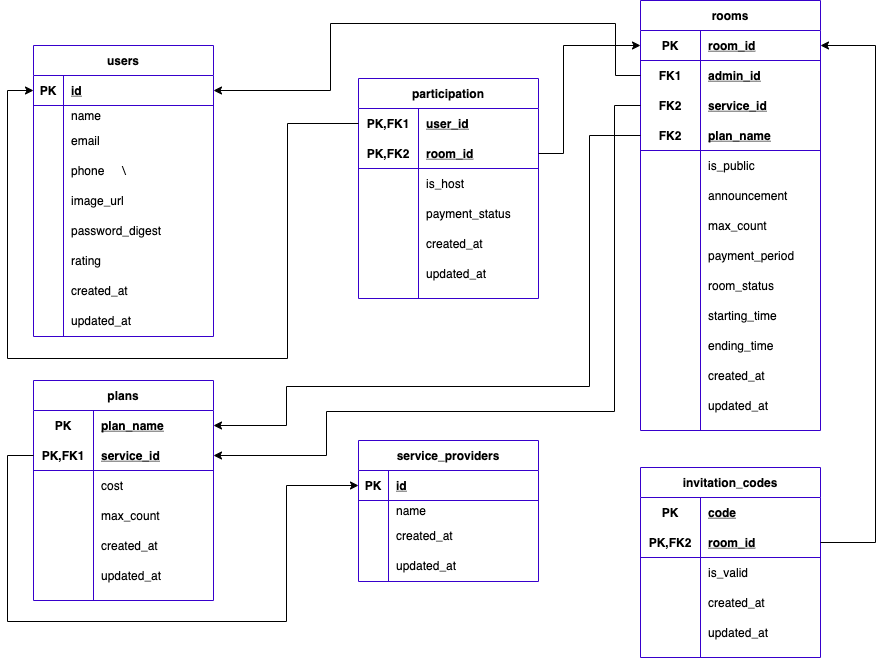
Earlier version of the draw.io export db/schema/table.png (billsgates/salamander). Source tidied: cells renumbered, new cells last; positions are measured from the earlier drawing's top-left corner, leaving out a move shared by most shapes.
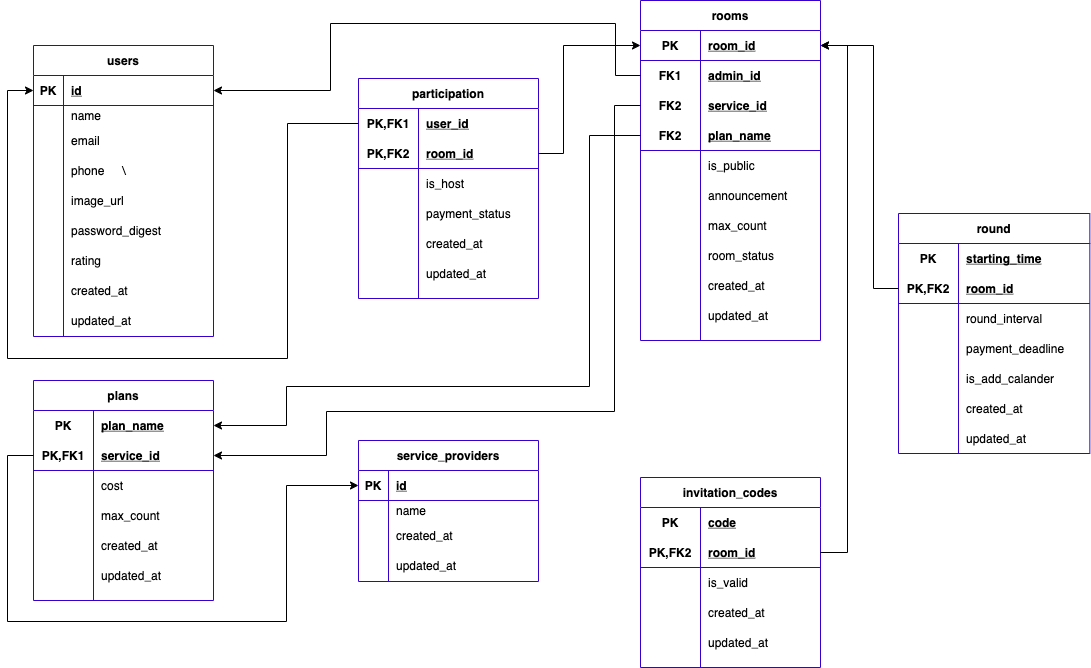
Later version of the same file.

Change to the diagram source:
```diff
@@ -183,7 +183,7 @@
       <mxGeometry x="60" width="120" height="30" as="geometry" />
     </mxCell>
     <mxCell id="62" value="rooms" style="shape=table;startSize=30;rowLines=0;fontStyle=1;align=center;shadow=0;labelBackgroundColor=none;strokeColor=#3700CC;fontColor=#000000;fillColor=#FFFFFF;swimlaneFillColor=#ffffff;" parent="1" vertex="1">
-      <mxGeometry x="633" width="180" height="430" as="geometry" />
+      <mxGeometry x="633" width="180" height="340" as="geometry" />
     </mxCell>
     <mxCell id="63" style="shape=partialRectangle;fillColor=none;top=0;left=0;bottom=1;right=0;points=[[0,0.5],[1,0.5]];portConstraint=eastwest;strokeColor=#3700CC;" parent="62" vertex="1">
       <mxGeometry y="30" width="180" height="30" as="geometry" />
@@ -248,17 +248,8 @@
     <mxCell id="83" value="max_count" style="shape=partialRectangle;fillColor=none;top=0;left=0;bottom=0;right=0;align=left;spacingLeft=6;overflow=hidden;fontColor=#000000;" parent="81" vertex="1">
       <mxGeometry x="60" width="120" height="30" as="geometry" />
     </mxCell>
-    <mxCell id="84" style="shape=partialRectangle;fillColor=none;top=0;left=0;bottom=0;right=0;" parent="62" vertex="1">
-      <mxGeometry y="240" width="180" height="30" as="geometry" />
-    </mxCell>
-    <mxCell id="85" style="shape=partialRectangle;fillColor=none;top=0;left=0;bottom=0;right=0;overflow=hidden;fontColor=#000000;" parent="84" vertex="1">
-      <mxGeometry width="60" height="30" as="geometry" />
-    </mxCell>
-    <mxCell id="86" value="payment_period" style="shape=partialRectangle;fillColor=none;top=0;left=0;bottom=0;right=0;align=left;spacingLeft=6;overflow=hidden;fontColor=#000000;" parent="84" vertex="1">
-      <mxGeometry x="60" width="120" height="30" as="geometry" />
-    </mxCell>
     <mxCell id="87" style="shape=partialRectangle;fillColor=none;top=0;left=0;bottom=0;right=0;" parent="62" vertex="1">
-      <mxGeometry y="270" width="180" height="30" as="geometry" />
+      <mxGeometry y="240" width="180" height="30" as="geometry" />
     </mxCell>
     <mxCell id="88" style="shape=partialRectangle;fillColor=none;top=0;left=0;bottom=0;right=0;overflow=hidden;fontColor=#000000;" parent="87" vertex="1">
       <mxGeometry width="60" height="30" as="geometry" />
@@ -266,26 +257,8 @@
     <mxCell id="89" value="room_status" style="shape=partialRectangle;fillColor=none;top=0;left=0;bottom=0;right=0;align=left;spacingLeft=6;overflow=hidden;fontColor=#000000;" parent="87" vertex="1">
       <mxGeometry x="60" width="120" height="30" as="geometry" />
     </mxCell>
-    <mxCell id="90" style="shape=partialRectangle;fillColor=none;top=0;left=0;bottom=0;right=0;" parent="62" vertex="1">
-      <mxGeometry y="300" width="180" height="30" as="geometry" />
-    </mxCell>
-    <mxCell id="91" style="shape=partialRectangle;fillColor=none;top=0;left=0;bottom=0;right=0;overflow=hidden;fontColor=#000000;" parent="90" vertex="1">
-      <mxGeometry width="60" height="30" as="geometry" />
-    </mxCell>
-    <mxCell id="92" value="starting_time" style="shape=partialRectangle;fillColor=none;top=0;left=0;bottom=0;right=0;align=left;spacingLeft=6;overflow=hidden;fontColor=#000000;" parent="90" vertex="1">
-      <mxGeometry x="60" width="120" height="30" as="geometry" />
-    </mxCell>
-    <mxCell id="93" style="shape=partialRectangle;fillColor=none;top=0;left=0;bottom=0;right=0;" parent="62" vertex="1">
-      <mxGeometry y="330" width="180" height="30" as="geometry" />
-    </mxCell>
-    <mxCell id="94" style="shape=partialRectangle;fillColor=none;top=0;left=0;bottom=0;right=0;overflow=hidden;fontColor=#000000;" parent="93" vertex="1">
-      <mxGeometry width="60" height="30" as="geometry" />
-    </mxCell>
-    <mxCell id="95" value="ending_time" style="shape=partialRectangle;fillColor=none;top=0;left=0;bottom=0;right=0;align=left;spacingLeft=6;overflow=hidden;fontColor=#000000;" parent="93" vertex="1">
-      <mxGeometry x="60" width="120" height="30" as="geometry" />
-    </mxCell>
     <mxCell id="96" style="shape=partialRectangle;fillColor=none;top=0;left=0;bottom=0;right=0;" parent="62" vertex="1">
-      <mxGeometry y="360" width="180" height="30" as="geometry" />
+      <mxGeometry y="270" width="180" height="30" as="geometry" />
     </mxCell>
     <mxCell id="97" style="shape=partialRectangle;fillColor=none;top=0;left=0;bottom=0;right=0;overflow=hidden;fontColor=#000000;" parent="96" vertex="1">
       <mxGeometry width="60" height="30" as="geometry" />
@@ -294,7 +267,7 @@
       <mxGeometry x="60" width="120" height="30" as="geometry" />
     </mxCell>
     <mxCell id="99" style="shape=partialRectangle;fillColor=none;top=0;left=0;bottom=0;right=0;" parent="62" vertex="1">
-      <mxGeometry y="390" width="180" height="30" as="geometry" />
+      <mxGeometry y="300" width="180" height="30" as="geometry" />
     </mxCell>
     <mxCell id="100" style="shape=partialRectangle;fillColor=none;top=0;left=0;bottom=0;right=0;overflow=hidden;fontColor=#000000;" parent="99" vertex="1">
       <mxGeometry width="60" height="30" as="geometry" />
@@ -418,7 +391,7 @@
       </mxGeometry>
     </mxCell>
     <mxCell id="127" value="invitation_codes" style="shape=table;startSize=30;rowLines=0;fontStyle=1;align=center;shadow=0;labelBackgroundColor=none;strokeColor=#3700CC;fontColor=#000000;fillColor=#FFFFFF;swimlaneFillColor=#ffffff;" parent="1" vertex="1">
-      <mxGeometry x="633" y="467" width="180" height="190" as="geometry" />
+      <mxGeometry x="633" y="477" width="180" height="190" as="geometry" />
     </mxCell>
     <mxCell id="128" style="shape=partialRectangle;fillColor=none;top=0;left=0;bottom=0;right=0;strokeColor=#3700CC;" parent="127" vertex="1">
       <mxGeometry y="30" width="180" height="30" as="geometry" />
@@ -465,11 +438,11 @@
     <mxCell id="142" value="updated_at" style="shape=partialRectangle;fillColor=none;top=0;left=0;bottom=0;right=0;align=left;spacingLeft=6;overflow=hidden;fontColor=#000000;" parent="140" vertex="1">
       <mxGeometry x="60" width="120" height="30" as="geometry" />
     </mxCell>
-    <mxCell id="143" style="edgeStyle=orthogonalEdgeStyle;rounded=0;jettySize=auto;html=1;exitX=1;exitY=0.5;exitDx=0;exitDy=0;entryX=1;entryY=0.5;entryDx=0;entryDy=0;strokeColor=#000000;" parent="1" edge="1" source="131" target="63">
+    <mxCell id="143" style="edgeStyle=orthogonalEdgeStyle;rounded=0;jettySize=auto;html=1;entryX=1;entryY=0.5;entryDx=0;entryDy=0;strokeColor=#000000;exitX=1;exitY=0.5;exitDx=0;exitDy=0;" parent="1" edge="1" source="131" target="63">
       <mxGeometry relative="1" as="geometry">
         <Array as="points">
-          <mxPoint x="868" y="542" />
-          <mxPoint x="868" y="45" />
+          <mxPoint x="840" y="552" />
+          <mxPoint x="840" y="45" />
         </Array>
       </mxGeometry>
     </mxCell>
@@ -479,5 +452,79 @@
     <mxCell id="145" style="shape=partialRectangle;fillColor=none;top=0;left=0;bottom=0;right=0;overflow=hidden;" parent="144" vertex="1">
       <mxGeometry width="30" height="30" as="geometry" />
     </mxCell>
+    <mxCell id="146" value="round" style="shape=table;startSize=30;rowLines=0;fontStyle=1;align=center;shadow=0;labelBackgroundColor=none;strokeColor=#3700CC;fontColor=#000000;fillColor=#FFFFFF;swimlaneFillColor=#ffffff;" parent="1" vertex="1">
+      <mxGeometry x="891" y="213" width="191.3" height="240" as="geometry" />
+    </mxCell>
+    <mxCell id="147" style="shape=partialRectangle;fillColor=none;top=0;left=0;bottom=0;right=0;strokeColor=#3700CC;" parent="146" vertex="1">
+      <mxGeometry y="30" width="191.3" height="30" as="geometry" />
+    </mxCell>
+    <mxCell id="148" value="PK" style="shape=partialRectangle;fillColor=none;top=0;left=0;bottom=0;right=0;fontStyle=1;overflow=hidden;fontColor=#000000;" parent="147" vertex="1">
+      <mxGeometry width="60" height="30" as="geometry" />
+    </mxCell>
+    <mxCell id="92" value="starting_time" style="shape=partialRectangle;fillColor=none;top=0;left=0;bottom=0;right=0;align=left;spacingLeft=6;fontStyle=5;overflow=hidden;fontColor=#000000;" parent="147" vertex="1">
+      <mxGeometry x="60" width="131.3" height="30" as="geometry" />
+    </mxCell>
+    <mxCell id="149" style="shape=partialRectangle;fillColor=none;top=0;left=0;bottom=1;right=0;points=[[0,0.5],[1,0.5]];portConstraint=eastwest;strokeColor=#3700CC;" parent="146" vertex="1">
+      <mxGeometry y="60" width="191.3" height="30" as="geometry" />
+    </mxCell>
+    <mxCell id="150" value="PK,FK2" style="shape=partialRectangle;fillColor=none;top=0;left=0;bottom=0;right=0;fontStyle=1;overflow=hidden;fontColor=#000000;" parent="149" vertex="1">
+      <mxGeometry width="60" height="30" as="geometry" />
+    </mxCell>
+    <mxCell id="151" value="room_id" style="shape=partialRectangle;fillColor=none;top=0;left=0;bottom=0;right=0;align=left;spacingLeft=6;fontStyle=5;overflow=hidden;fontColor=#000000;" parent="149" vertex="1">
+      <mxGeometry x="60" width="131.3" height="30" as="geometry" />
+    </mxCell>
+    <mxCell id="152" style="shape=partialRectangle;fillColor=none;top=0;left=0;bottom=0;right=0;" parent="146" vertex="1">
+      <mxGeometry y="90" width="191.3" height="30" as="geometry" />
+    </mxCell>
+    <mxCell id="153" style="shape=partialRectangle;fillColor=none;top=0;left=0;bottom=0;right=0;overflow=hidden;fontColor=#000000;" parent="152" vertex="1">
+      <mxGeometry width="60" height="30" as="geometry" />
+    </mxCell>
+    <mxCell id="154" value="round_interval" style="shape=partialRectangle;fillColor=none;top=0;left=0;bottom=0;right=0;align=left;spacingLeft=6;overflow=hidden;fontColor=#000000;" parent="152" vertex="1">
+      <mxGeometry x="60" width="131.3" height="30" as="geometry" />
+    </mxCell>
+    <mxCell id="155" style="shape=partialRectangle;fillColor=none;top=0;left=0;bottom=0;right=0;" parent="146" vertex="1">
+      <mxGeometry y="120" width="191.3" height="30" as="geometry" />
+    </mxCell>
+    <mxCell id="156" style="shape=partialRectangle;fillColor=none;top=0;left=0;bottom=0;right=0;overflow=hidden;fontColor=#000000;" parent="155" vertex="1">
+      <mxGeometry width="60" height="30" as="geometry" />
+    </mxCell>
+    <mxCell id="157" value="payment_deadline" style="shape=partialRectangle;fillColor=none;top=0;left=0;bottom=0;right=0;align=left;spacingLeft=6;overflow=hidden;fontColor=#000000;" parent="155" vertex="1">
+      <mxGeometry x="60" width="131.3" height="30" as="geometry" />
+    </mxCell>
+    <mxCell id="158" style="shape=partialRectangle;fillColor=none;top=0;left=0;bottom=0;right=0;" parent="146" vertex="1">
+      <mxGeometry y="150" width="191.3" height="30" as="geometry" />
+    </mxCell>
+    <mxCell id="159" style="shape=partialRectangle;fillColor=none;top=0;left=0;bottom=0;right=0;overflow=hidden;fontColor=#000000;" parent="158" vertex="1">
+      <mxGeometry width="60" height="30" as="geometry" />
+    </mxCell>
+    <mxCell id="160" value="is_add_calander" style="shape=partialRectangle;fillColor=none;top=0;left=0;bottom=0;right=0;align=left;spacingLeft=6;overflow=hidden;fontColor=#000000;" parent="158" vertex="1">
+      <mxGeometry x="60" width="131.3" height="30" as="geometry" />
+    </mxCell>
+    <mxCell id="161" style="shape=partialRectangle;fillColor=none;top=0;left=0;bottom=0;right=0;" parent="146" vertex="1">
+      <mxGeometry y="180" width="191.3" height="30" as="geometry" />
+    </mxCell>
+    <mxCell id="162" style="shape=partialRectangle;fillColor=none;top=0;left=0;bottom=0;right=0;overflow=hidden;fontColor=#000000;" parent="161" vertex="1">
+      <mxGeometry width="60" height="30" as="geometry" />
+    </mxCell>
+    <mxCell id="163" value="created_at" style="shape=partialRectangle;fillColor=none;top=0;left=0;bottom=0;right=0;align=left;spacingLeft=6;overflow=hidden;fontColor=#000000;" parent="161" vertex="1">
+      <mxGeometry x="60" width="131.3" height="30" as="geometry" />
+    </mxCell>
+    <mxCell id="164" style="shape=partialRectangle;fillColor=none;top=0;left=0;bottom=0;right=0;" parent="146" vertex="1">
+      <mxGeometry y="210" width="191.3" height="30" as="geometry" />
+    </mxCell>
+    <mxCell id="165" style="shape=partialRectangle;fillColor=none;top=0;left=0;bottom=0;right=0;overflow=hidden;fontColor=#000000;" parent="164" vertex="1">
+      <mxGeometry width="60" height="30" as="geometry" />
+    </mxCell>
+    <mxCell id="166" value="updated_at" style="shape=partialRectangle;fillColor=none;top=0;left=0;bottom=0;right=0;align=left;spacingLeft=6;overflow=hidden;fontColor=#000000;" parent="164" vertex="1">
+      <mxGeometry x="60" width="131.3" height="30" as="geometry" />
+    </mxCell>
+    <mxCell id="167" style="edgeStyle=orthogonalEdgeStyle;rounded=0;jettySize=auto;html=1;exitX=0;exitY=0.5;exitDx=0;exitDy=0;entryX=1;entryY=0.5;entryDx=0;entryDy=0;strokeColor=#000000;" parent="1" edge="1" source="149" target="63">
+      <mxGeometry relative="1" as="geometry">
+        <Array as="points">
+          <mxPoint x="866" y="288" />
+          <mxPoint x="866" y="45" />
+        </Array>
+      </mxGeometry>
+    </mxCell>
   </root>
 </mxGraphModel>
```
